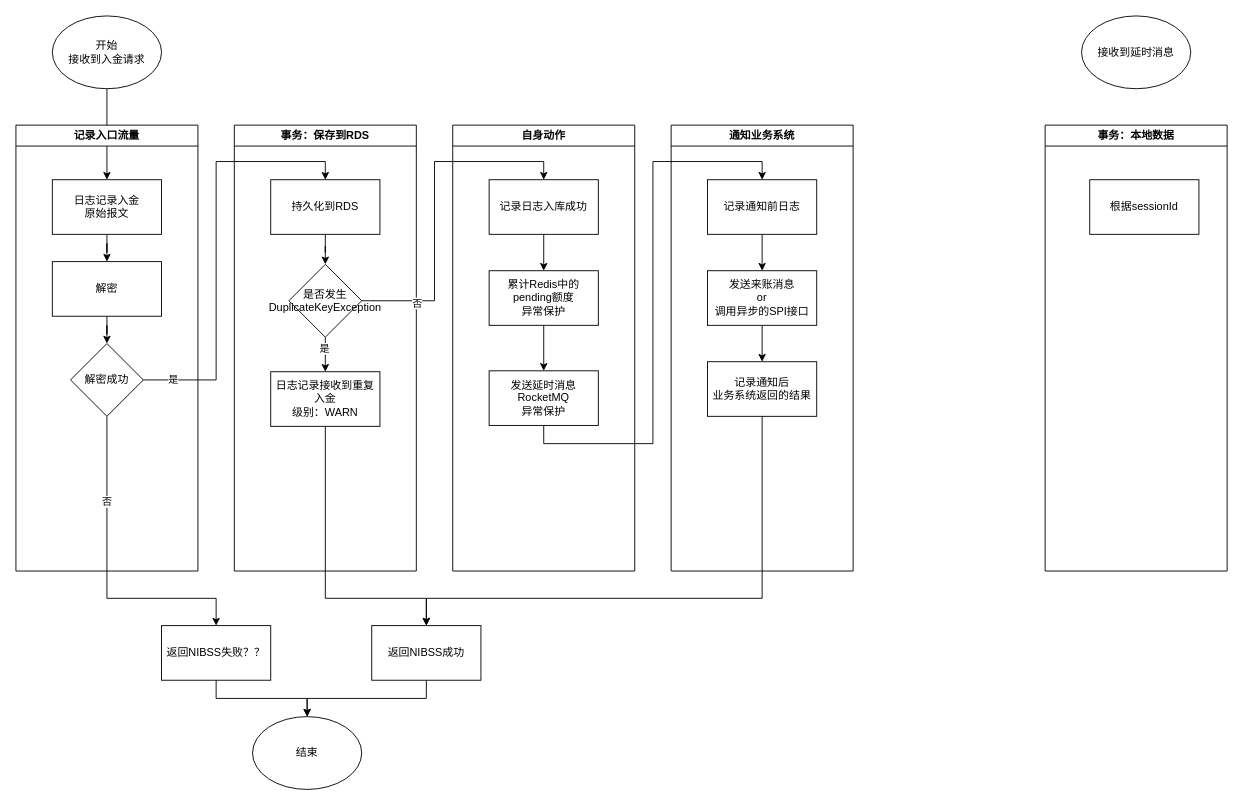
This is NIBSS入金解决方案.drawio from catface996/images, a draw.io file, before an edit. Source tidied: cells renumbered, new cells numbered last; positions are measured from the earlier drawing's top-left corner, leaving out a move shared by most shapes. Both pictures are drawn from the tidied source at 91%, with x=0, y=0 at pixel (15, 15).
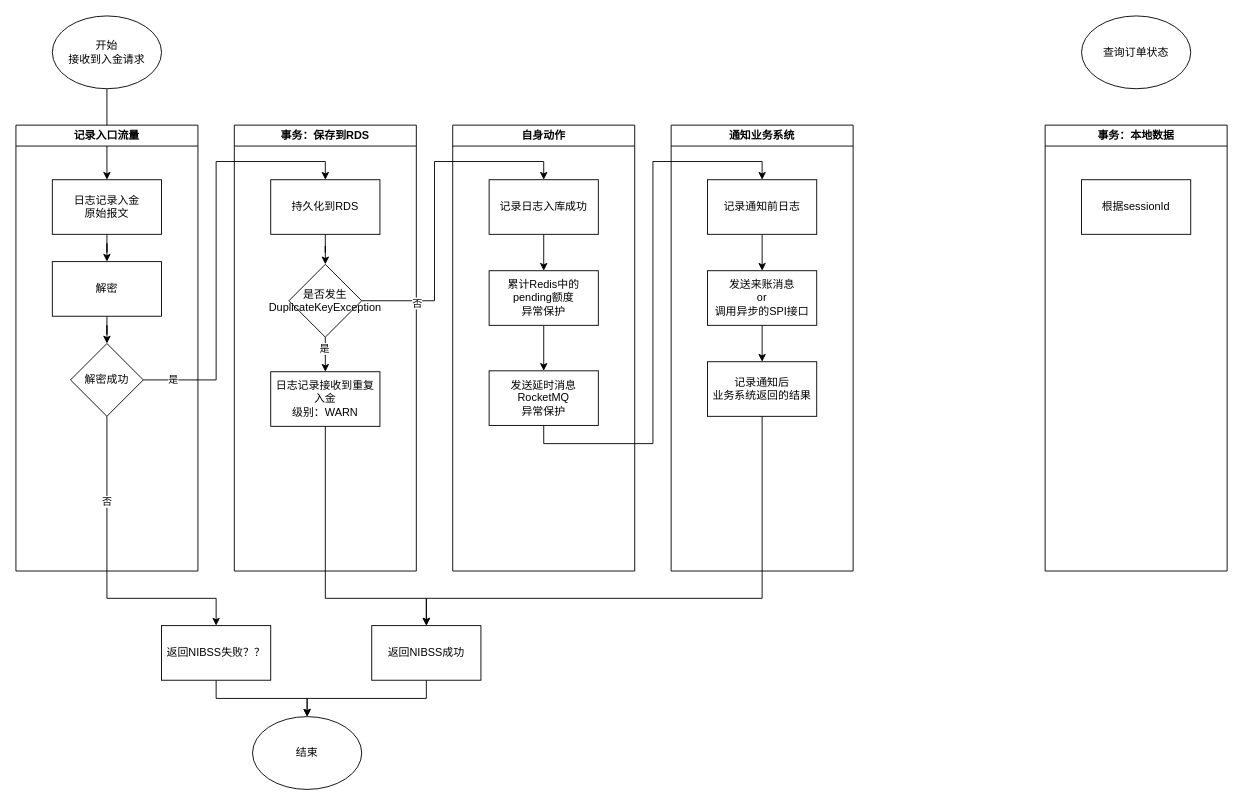
After the change.

Commit message:
更新NIBSS入金解决方案.drawio

The change refers to these unchanged cells:
```xml
<mxCell id="44" value="事务：本地数据" style="swimlane;whiteSpace=wrap;html=1;" parent="1" vertex="1">
  <mxGeometry x="1131" y="120" width="200" height="490" as="geometry" />
</mxCell>
```

Diff of the diagram source:
```diff
@@
-    <mxCell id="43" value="接收到延时消息" style="ellipse;whiteSpace=wrap;html=1;" parent="1" vertex="1">
+    <mxCell id="43" value="查询订单状态" style="ellipse;whiteSpace=wrap;html=1;" parent="1" vertex="1">
       <mxGeometry x="1171" width="120" height="80" as="geometry" />
     </mxCell>
@@
     <mxCell id="45" value="根据sessionId" style="rounded=0;whiteSpace=wrap;html=1;" parent="44" vertex="1">
-      <mxGeometry x="49" y="60" width="120" height="60" as="geometry" />
+      <mxGeometry x="40" y="60" width="120" height="60" as="geometry" />
     </mxCell>
```
